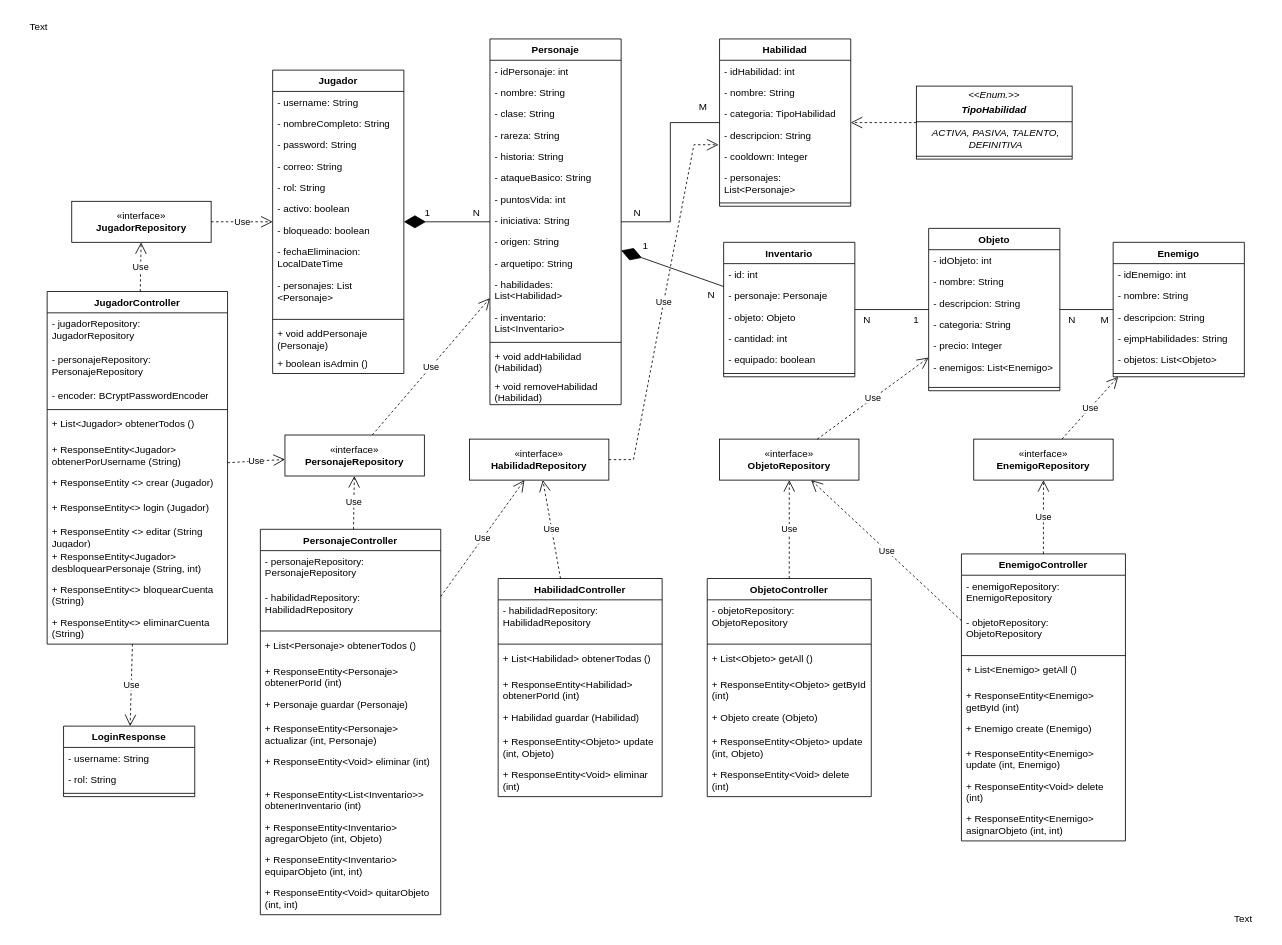
DiegoAP93/es_legacy_app_unendo_project keeps this draw.io diagram as Figuras y gráficos/diagrama-clases.drawio. Above is the earlier version. Source tidied: cells renumbered, new cells numbered last; positions are measured from the earlier drawing's top-left corner, leaving out a move shared by most shapes. Both pictures are drawn from the tidied source at 82%, with x=0, y=0 at pixel (14, 14).
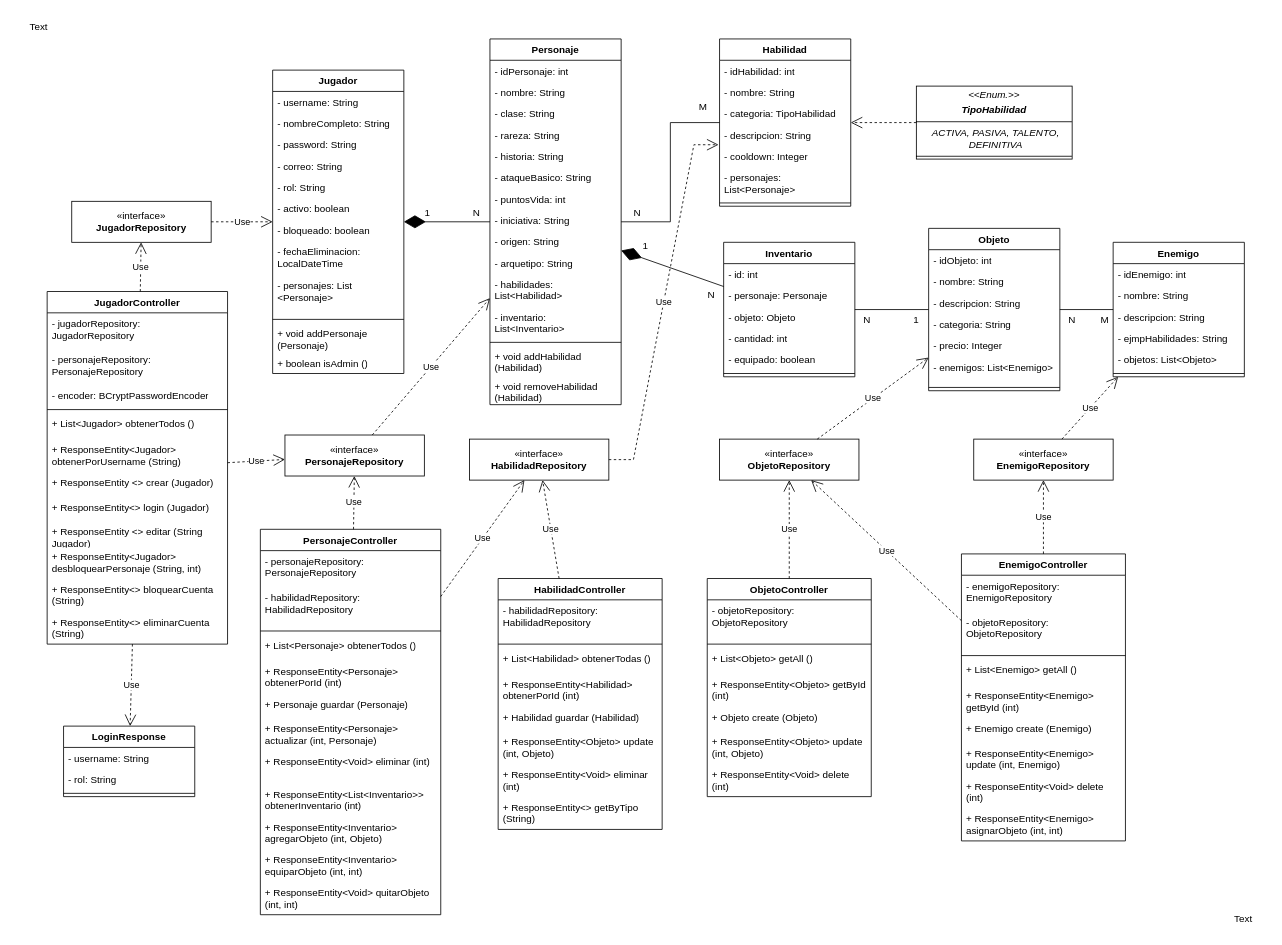
The same diagram, later.

What changed in the source:
```diff
@@
     <mxCell id="89" value="HabilidadController" style="swimlane;fontStyle=1;align=center;verticalAlign=top;horizontal=1;startSize=26;whiteSpace=wrap;html=1;" parent="1" vertex="1">
-      <mxGeometry x="590" y="688" width="200" height="266" as="geometry" />
+      <mxGeometry x="590" y="688" width="200" height="306" as="geometry" />
     </mxCell>
@@
+    <mxCell id="155" value="+ ResponseEntity&amp;lt;&amp;gt; getByTipo (String)" style="text;strokeColor=none;fillColor=none;align=left;verticalAlign=top;spacingLeft=4;spacingRight=4;overflow=hidden;whiteSpace=wrap;html=1;" parent="89" vertex="1">
+      <mxGeometry y="266" width="200" height="40" as="geometry" />
+    </mxCell>
```
